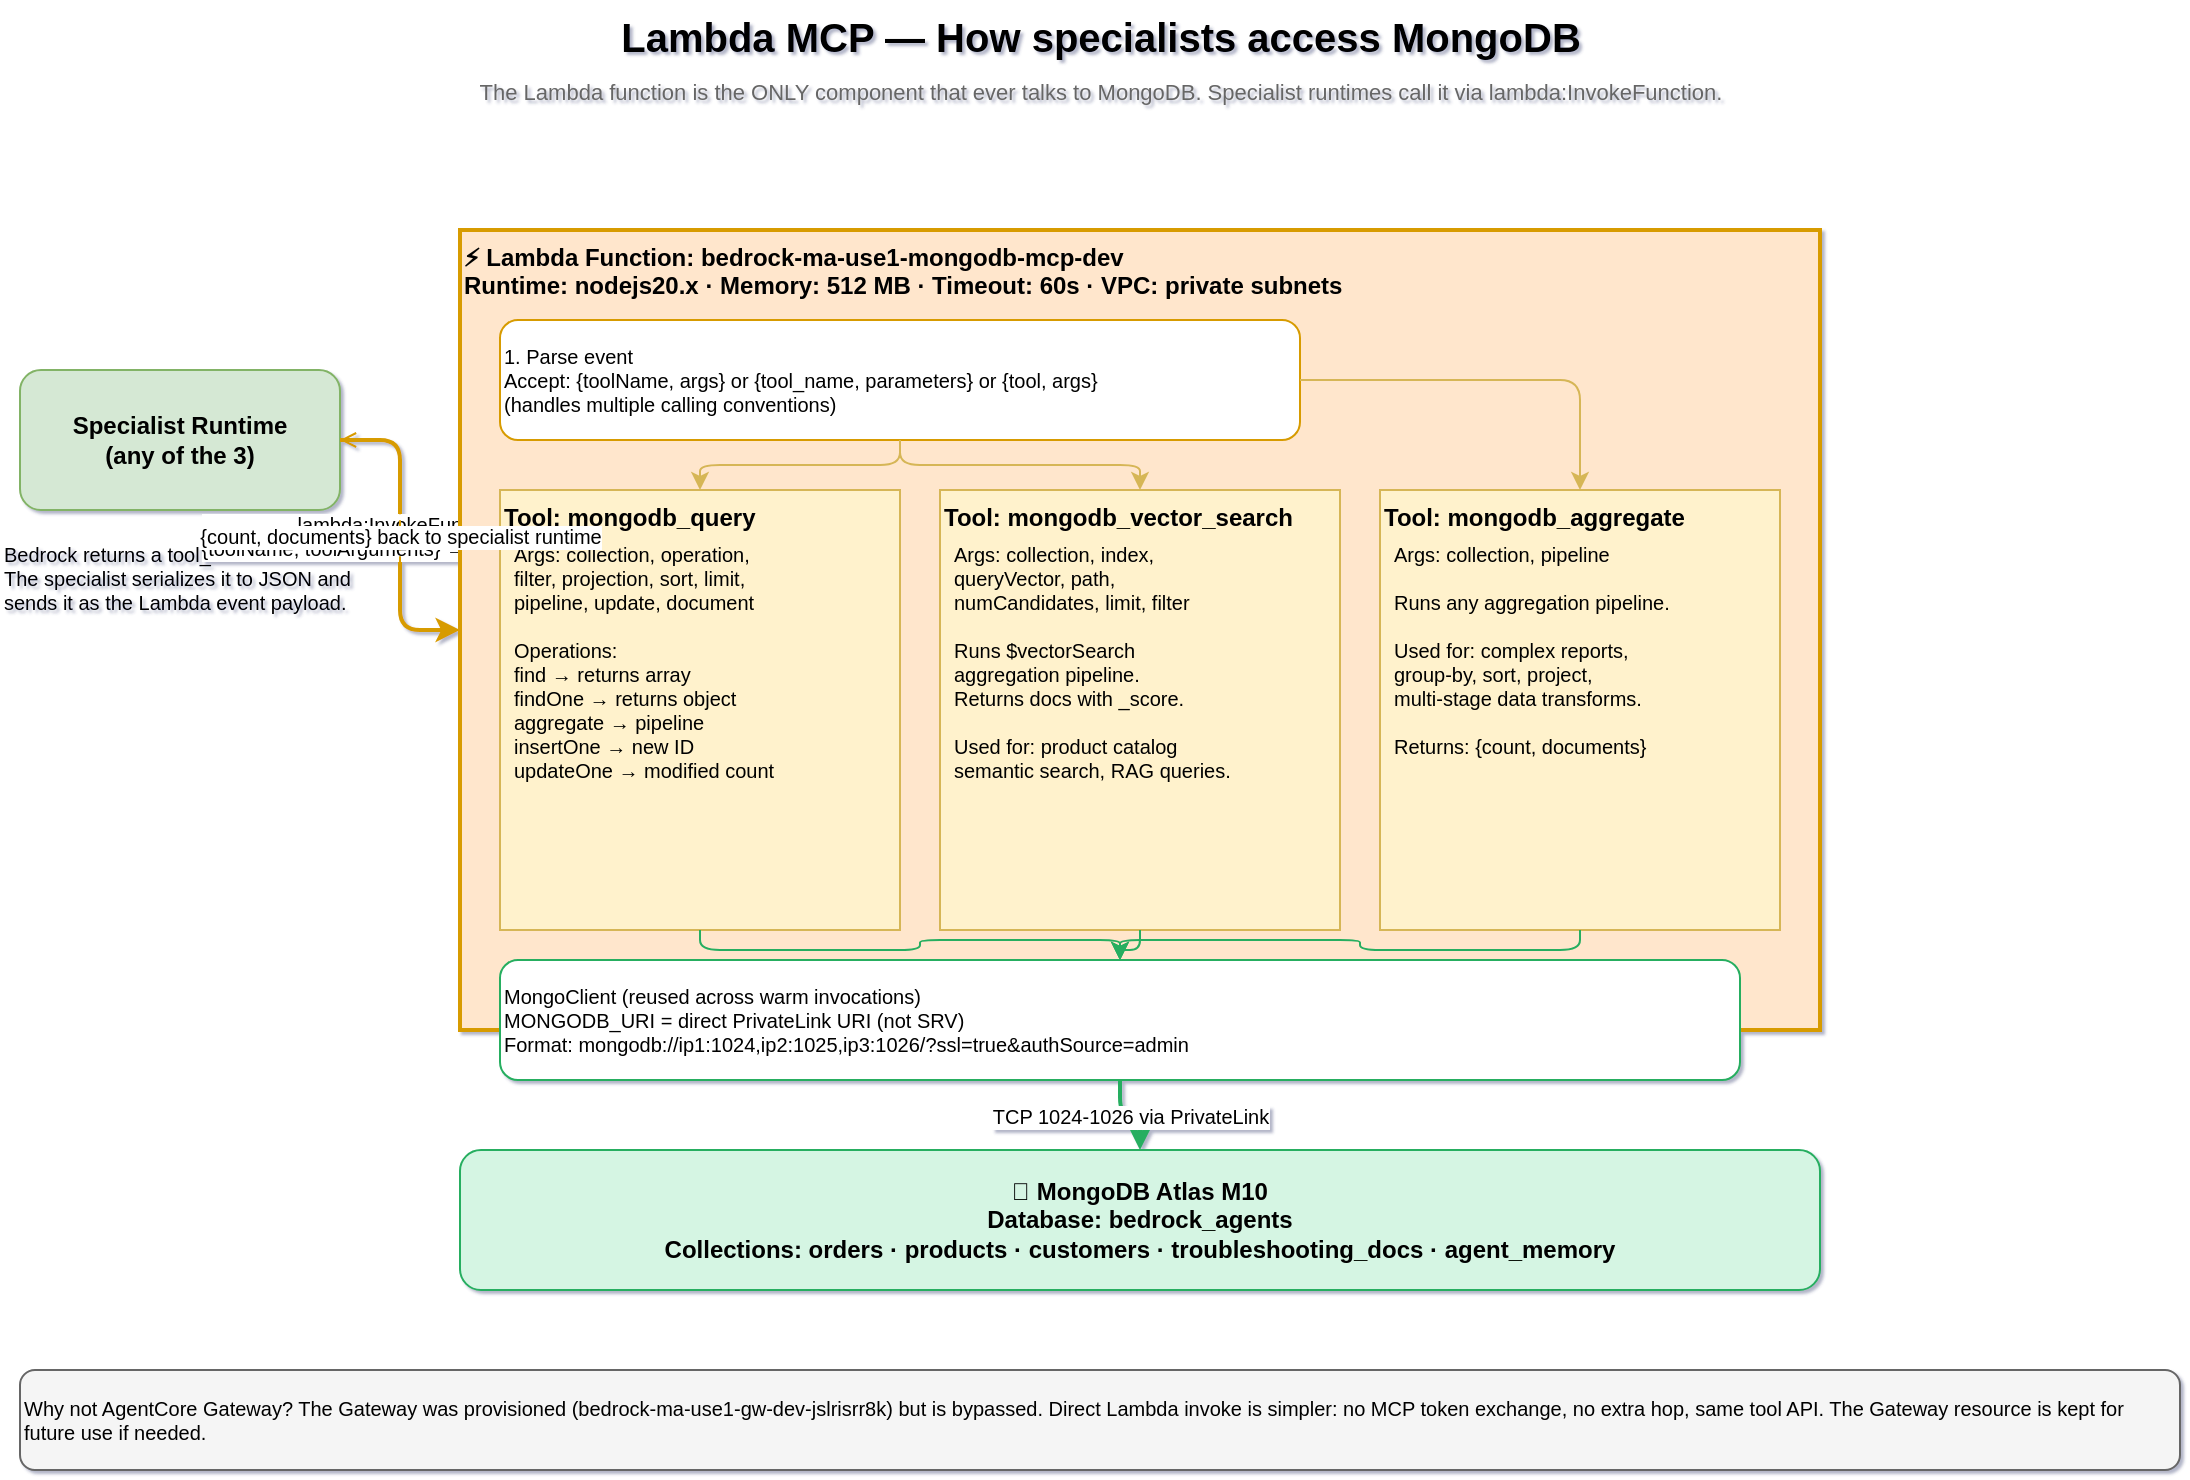
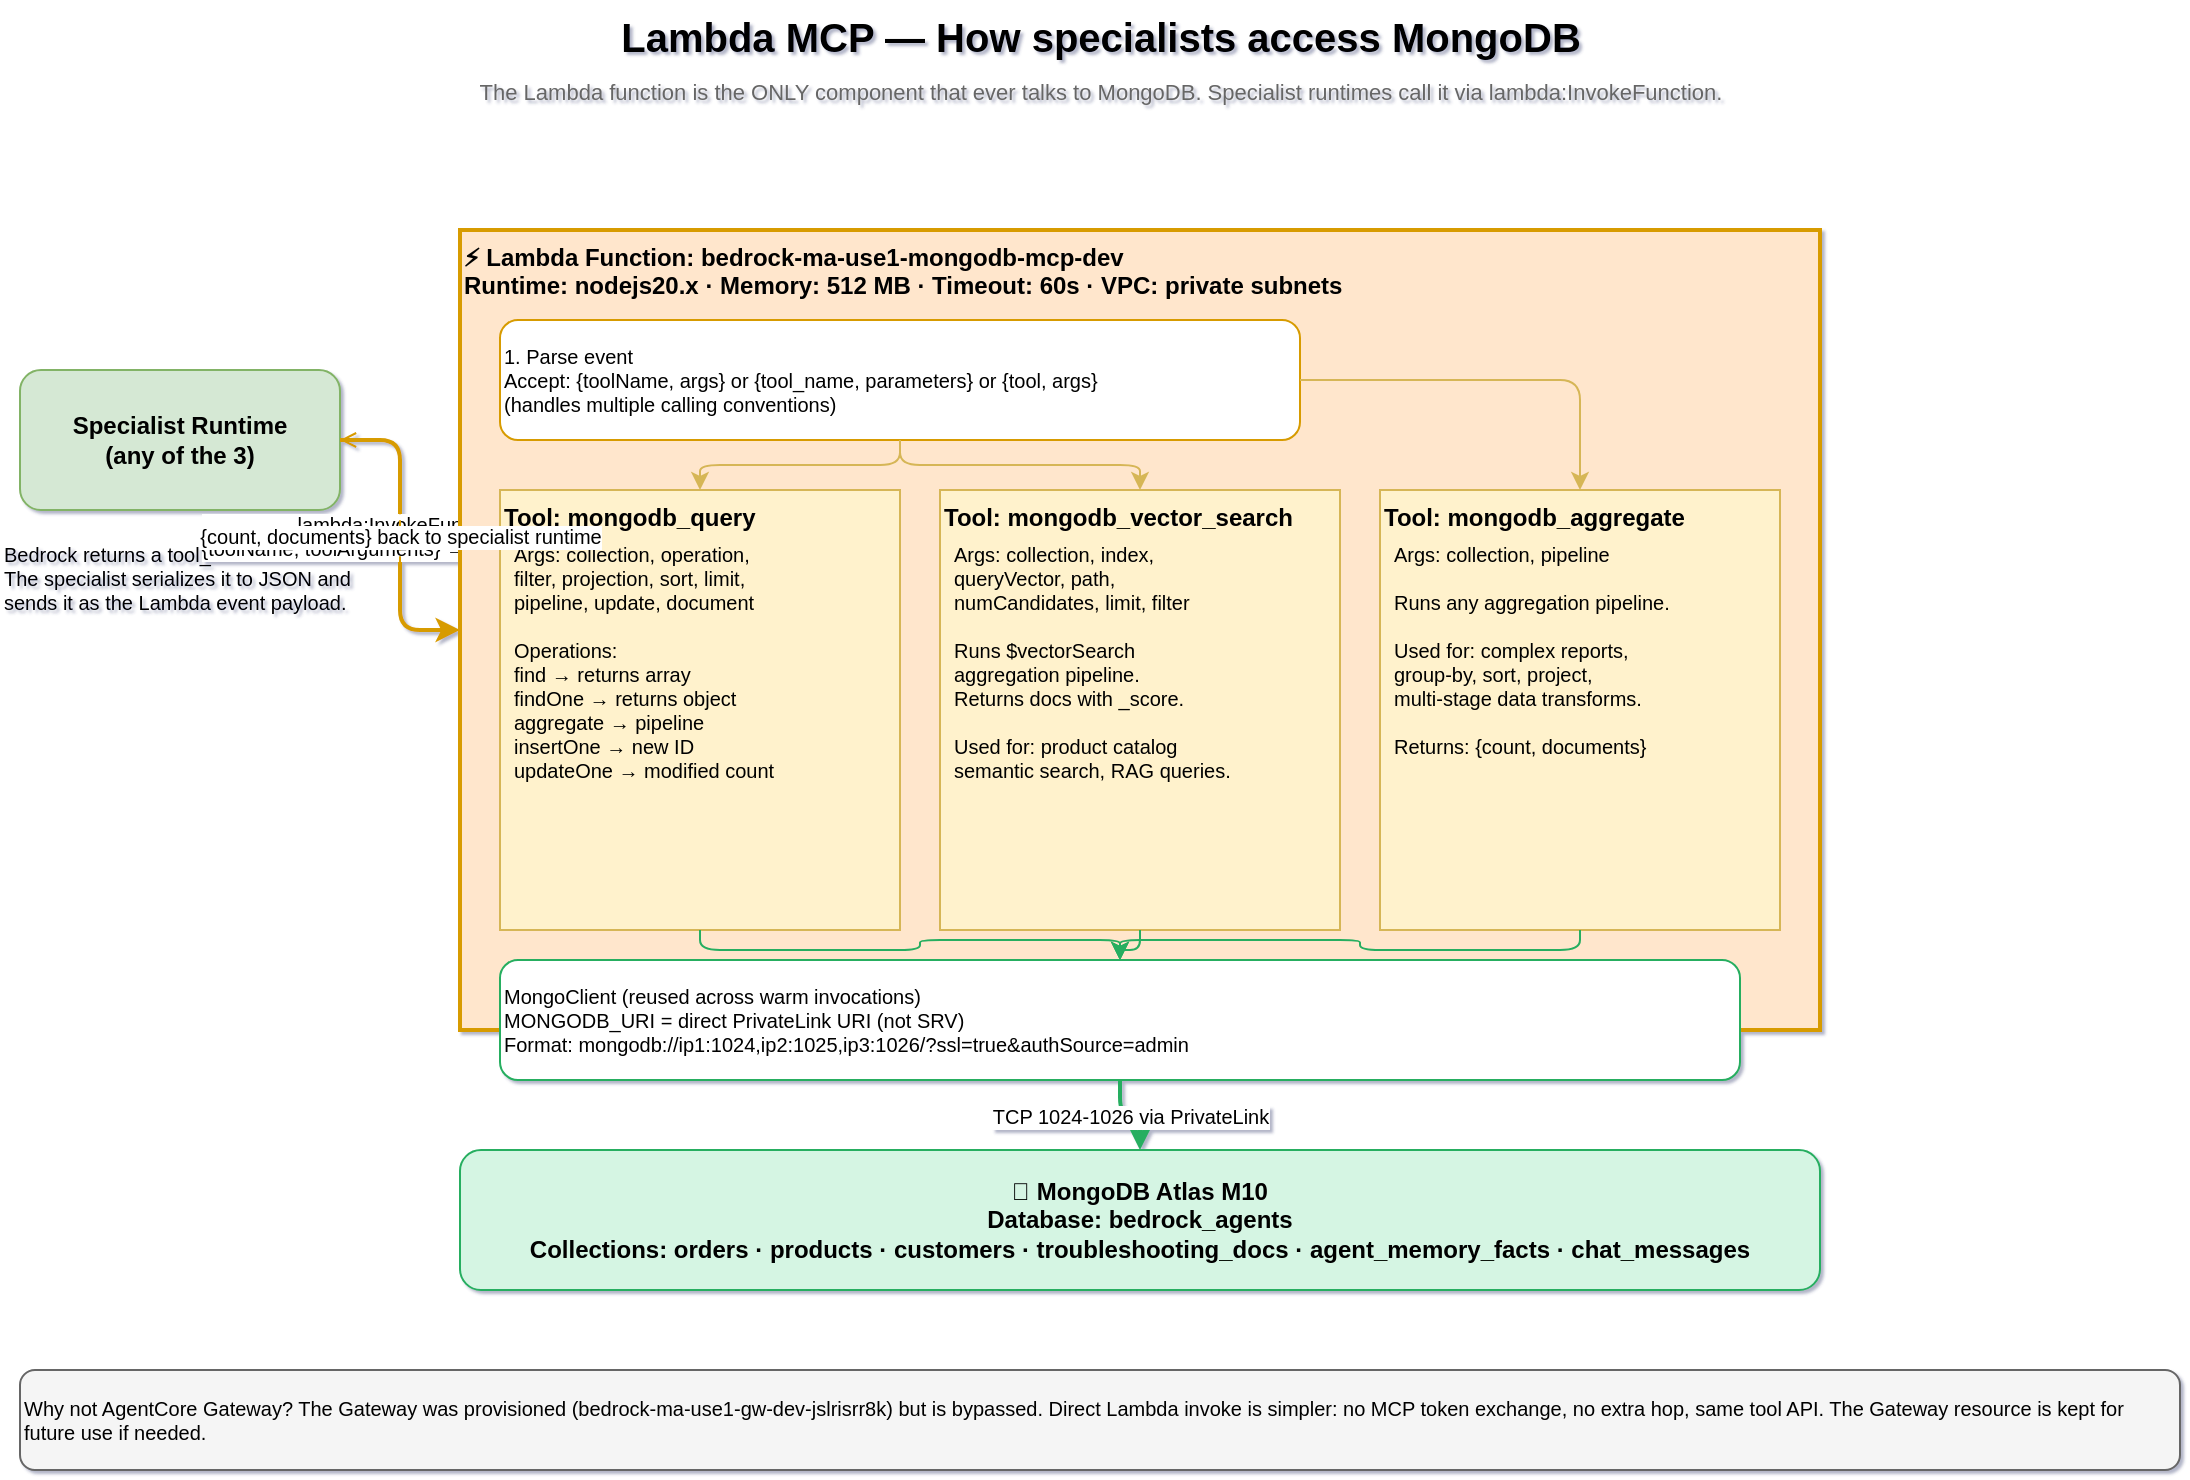
<mxfile host="app.diagrams.net" agent="Claude Code" version="24.0.0">
  <diagram id="lambda-tools" name="05 · Lambda MCP Tools">
    <mxGraphModel dx="1300" dy="900" grid="1" gridSize="10" page="1" pageScale="1" pageWidth="1169" pageHeight="827" math="0" shadow="1">
      <root>
        <mxCell id="0"/><mxCell id="1" parent="0"/>

        <mxCell id="title" value="Lambda MCP — How specialists access MongoDB" style="text;html=1;align=center;fontSize=20;fontStyle=1;strokeColor=none;fillColor=none;" vertex="1" parent="1">
          <mxGeometry x="40" y="15" width="1080" height="30" as="geometry"/>
        </mxCell>
        <mxCell id="sub" value="The Lambda function is the ONLY component that ever talks to MongoDB. Specialist runtimes call it via lambda:InvokeFunction." style="text;html=1;align=center;fontSize=11;strokeColor=none;fillColor=none;fontColor=#666666;" vertex="1" parent="1">
          <mxGeometry x="40" y="48" width="1080" height="18" as="geometry"/>
        </mxCell>

        <!-- Caller side -->
        <mxCell id="spec" value="Specialist Runtime&#xa;(any of the 3)" style="rounded=1;whiteSpace=wrap;html=1;fillColor=#d5e8d4;strokeColor=#82b366;fontSize=12;fontStyle=1;" vertex="1" parent="1">
          <mxGeometry x="40" y="200" width="160" height="70" as="geometry"/>
        </mxCell>
        <mxCell id="spec-note" value="Bedrock returns a tool_use block.&#xa;The specialist serializes it to JSON and&#xa;sends it as the Lambda event payload." style="text;html=1;align=left;fontSize=10;strokeColor=none;fillColor=none;" vertex="1" parent="1">
          <mxGeometry x="30" y="280" width="200" height="60" as="geometry"/>
        </mxCell>

        <!-- Arrow to Lambda -->
        <mxCell id="call" value="lambda:InvokeFunction&#xa;{toolName, toolArguments}  →  JSON payload" style="edgeStyle=orthogonalEdgeStyle;html=1;strokeColor=#d79b00;strokeWidth=2;fontSize=10;" edge="1" parent="1" source="spec" target="lam-box">
          <mxGeometry relative="1" as="geometry"/>
        </mxCell>

        <!-- Lambda box -->
        <mxCell id="lam-box" value="⚡ Lambda Function: bedrock-ma-use1-mongodb-mcp-dev&#xa;Runtime: nodejs20.x · Memory: 512 MB · Timeout: 60s · VPC: private subnets" style="rounded=0;whiteSpace=wrap;html=1;fillColor=#ffe6cc;strokeColor=#d79b00;strokeWidth=2;fontSize=12;fontStyle=1;verticalAlign=top;align=left;" vertex="1" parent="1">
          <mxGeometry x="260" y="130" width="680" height="400" as="geometry"/>
        </mxCell>

        <!-- Event parser -->
        <mxCell id="parse" value="1. Parse event&#xa;Accept: {toolName, args} or {tool_name, parameters} or {tool, args}&#xa;(handles multiple calling conventions)" style="rounded=1;whiteSpace=wrap;html=1;fillColor=#ffffff;strokeColor=#d79b00;fontSize=10;align=left;" vertex="1" parent="1">
          <mxGeometry x="280" y="175" width="400" height="60" as="geometry"/>
        </mxCell>

        <!-- Tools -->
        <mxCell id="t1-box" value="Tool: mongodb_query" style="rounded=0;whiteSpace=wrap;html=1;fillColor=#fff2cc;strokeColor=#d6b656;fontSize=12;fontStyle=1;verticalAlign=top;align=left;" vertex="1" parent="1">
          <mxGeometry x="280" y="260" width="200" height="220" as="geometry"/>
        </mxCell>
        <mxCell id="t1-args" value="Args: collection, operation,&#xa;filter, projection, sort, limit,&#xa;pipeline, update, document&#xa;&#xa;Operations:&#xa;  find → returns array&#xa;  findOne → returns object&#xa;  aggregate → pipeline&#xa;  insertOne → new ID&#xa;  updateOne → modified count" style="text;html=1;align=left;fontSize=10;strokeColor=none;fillColor=none;" vertex="1" parent="1">
          <mxGeometry x="285" y="280" width="190" height="190" as="geometry"/>
        </mxCell>

        <mxCell id="t2-box" value="Tool: mongodb_vector_search" style="rounded=0;whiteSpace=wrap;html=1;fillColor=#fff2cc;strokeColor=#d6b656;fontSize=12;fontStyle=1;verticalAlign=top;align=left;" vertex="1" parent="1">
          <mxGeometry x="500" y="260" width="200" height="220" as="geometry"/>
        </mxCell>
        <mxCell id="t2-args" value="Args: collection, index,&#xa;queryVector, path,&#xa;numCandidates, limit, filter&#xa;&#xa;Runs $vectorSearch&#xa;aggregation pipeline.&#xa;Returns docs with _score.&#xa;&#xa;Used for: product catalog&#xa;semantic search, RAG queries." style="text;html=1;align=left;fontSize=10;strokeColor=none;fillColor=none;" vertex="1" parent="1">
          <mxGeometry x="505" y="280" width="190" height="190" as="geometry"/>
        </mxCell>

        <mxCell id="t3-box" value="Tool: mongodb_aggregate" style="rounded=0;whiteSpace=wrap;html=1;fillColor=#fff2cc;strokeColor=#d6b656;fontSize=12;fontStyle=1;verticalAlign=top;align=left;" vertex="1" parent="1">
          <mxGeometry x="720" y="260" width="200" height="220" as="geometry"/>
        </mxCell>
        <mxCell id="t3-args" value="Args: collection, pipeline&#xa;&#xa;Runs any aggregation pipeline.&#xa;&#xa;Used for: complex reports,&#xa;group-by, sort, project,&#xa;multi-stage data transforms.&#xa;&#xa;Returns: {count, documents}" style="text;html=1;align=left;fontSize=10;strokeColor=none;fillColor=none;" vertex="1" parent="1">
          <mxGeometry x="725" y="280" width="190" height="190" as="geometry"/>
        </mxCell>

        <!-- MongoDB connection inside Lambda -->
        <mxCell id="conn" value="MongoClient (reused across warm invocations)&#xa;MONGODB_URI = direct PrivateLink URI (not SRV)&#xa;Format: mongodb://ip1:1024,ip2:1025,ip3:1026/?ssl=true&amp;authSource=admin" style="rounded=1;whiteSpace=wrap;html=1;fillColor=#ffffff;strokeColor=#27ae60;fontSize=10;align=left;" vertex="1" parent="1">
          <mxGeometry x="280" y="495" width="620" height="60" as="geometry"/>
        </mxCell>

        <!-- Atlas -->
-         <mxCell id="atlas" value="🍃 MongoDB Atlas M10&#xa;Database: bedrock_agents&#xa;Collections: orders · products · customers · troubleshooting_docs · agent_memory" style="rounded=1;whiteSpace=wrap;html=1;fillColor=#d5f5e3;strokeColor=#27ae60;fontSize=12;fontStyle=1;" vertex="1" parent="1">
+         <mxCell id="atlas" value="🍃 MongoDB Atlas M10&#xa;Database: bedrock_agents&#xa;Collections: orders · products · customers · troubleshooting_docs · agent_memory_facts · chat_messages" style="rounded=1;whiteSpace=wrap;html=1;fillColor=#d5f5e3;strokeColor=#27ae60;fontSize=12;fontStyle=1;" vertex="1" parent="1">
          <mxGeometry x="260" y="590" width="680" height="70" as="geometry"/>
        </mxCell>

        <!-- Arrows inside Lambda -->
        <mxCell id="i1" style="edgeStyle=orthogonalEdgeStyle;html=1;strokeColor=#d6b656;strokeWidth=1;" edge="1" parent="1" source="parse" target="t1-box">
          <mxGeometry relative="1" as="geometry"/>
        </mxCell>
        <mxCell id="i2" style="edgeStyle=orthogonalEdgeStyle;html=1;strokeColor=#d6b656;strokeWidth=1;" edge="1" parent="1" source="parse" target="t2-box">
          <mxGeometry relative="1" as="geometry"/>
        </mxCell>
        <mxCell id="i3" style="edgeStyle=orthogonalEdgeStyle;html=1;strokeColor=#d6b656;strokeWidth=1;" edge="1" parent="1" source="parse" target="t3-box">
          <mxGeometry relative="1" as="geometry"/>
        </mxCell>
        <mxCell id="i4" style="edgeStyle=orthogonalEdgeStyle;html=1;strokeColor=#27ae60;strokeWidth=1;" edge="1" parent="1" source="t1-box" target="conn">
          <mxGeometry relative="1" as="geometry"/>
        </mxCell>
        <mxCell id="i5" style="edgeStyle=orthogonalEdgeStyle;html=1;strokeColor=#27ae60;strokeWidth=1;" edge="1" parent="1" source="t2-box" target="conn">
          <mxGeometry relative="1" as="geometry"/>
        </mxCell>
        <mxCell id="i6" style="edgeStyle=orthogonalEdgeStyle;html=1;strokeColor=#27ae60;strokeWidth=1;" edge="1" parent="1" source="t3-box" target="conn">
          <mxGeometry relative="1" as="geometry"/>
        </mxCell>
        <mxCell id="i7" value="TCP 1024-1026 via PrivateLink" style="edgeStyle=orthogonalEdgeStyle;html=1;strokeColor=#27ae60;strokeWidth=2;fontSize=10;" edge="1" parent="1" source="conn" target="atlas">
          <mxGeometry relative="1" as="geometry"/>
        </mxCell>

        <!-- Return arrow -->
        <mxCell id="ret" value="{count, documents} back to specialist runtime" style="edgeStyle=orthogonalEdgeStyle;html=1;strokeColor=#d79b00;strokeWidth=1;dashed=1;fontSize=10;endArrow=open;" edge="1" parent="1" source="lam-box" target="spec">
          <mxGeometry relative="1" as="geometry">
            <mxPoint x="260" y="450" as="sourcePoint"/>
          </mxGeometry>
        </mxCell>

        <!-- Why not Gateway note -->
        <mxCell id="gw-note" value="Why not AgentCore Gateway? The Gateway was provisioned (bedrock-ma-use1-gw-dev-jslrisrr8k) but is bypassed. Direct Lambda invoke is simpler: no MCP token exchange, no extra hop, same tool API. The Gateway resource is kept for future use if needed." style="rounded=1;whiteSpace=wrap;html=1;fillColor=#f5f5f5;strokeColor=#666666;fontSize=10;align=left;" vertex="1" parent="1">
          <mxGeometry x="40" y="700" width="1080" height="50" as="geometry"/>
        </mxCell>
      </root>
    </mxGraphModel>
  </diagram>
</mxfile>
